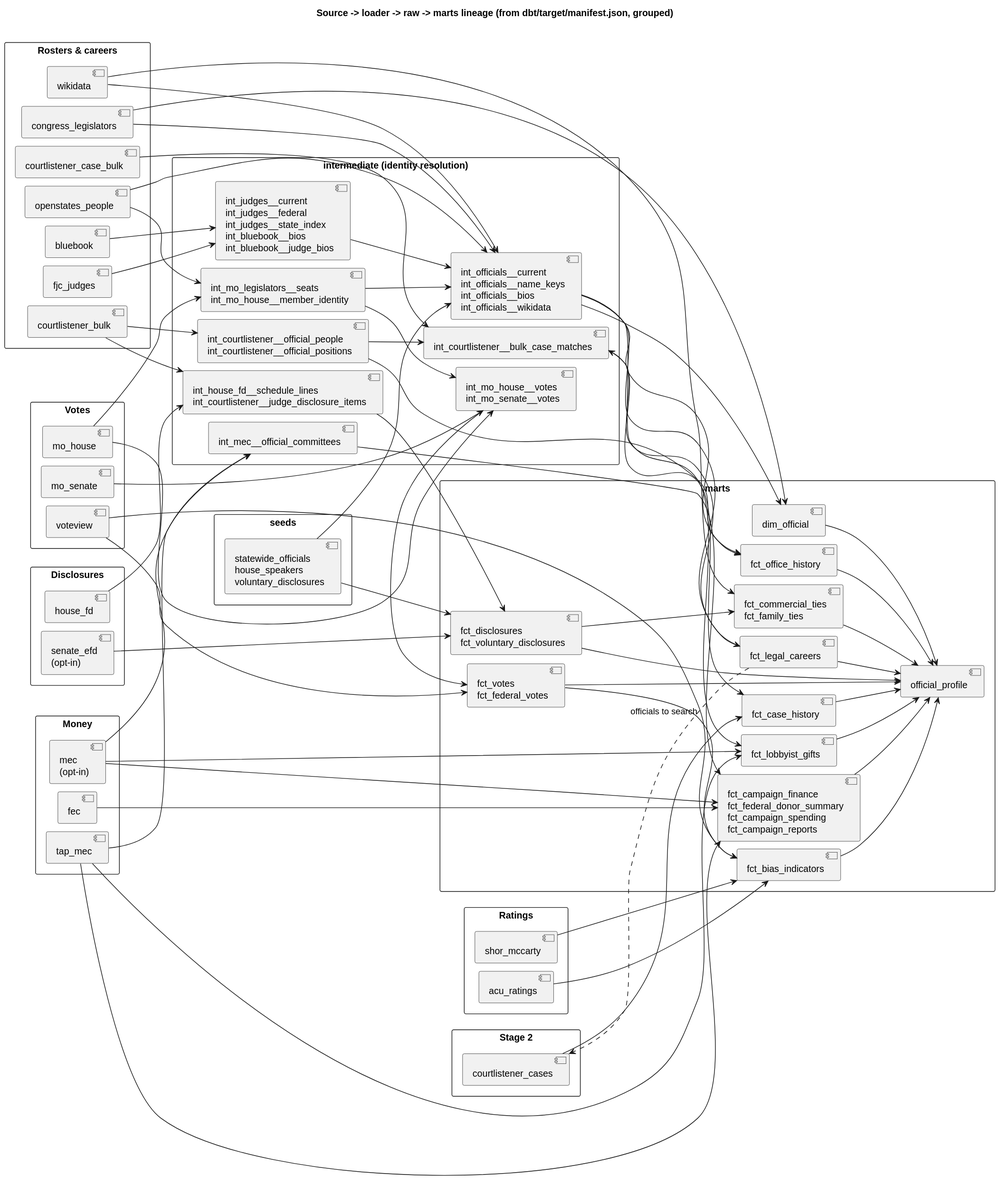
Above: docs/diagrams/lineage.svg in akettmann/missouri_gov_feed (PlantUML), before the change. Its source is kept beside it as docs/diagrams/lineage.puml. Source of this version:
```plantuml
@startuml lineage
title Source -> loader -> raw -> marts lineage (from dbt/target/manifest.json, grouped)
left to right direction
skinparam packageStyle rectangle
skinparam nodesep 12
skinparam ranksep 60

package "Rosters & careers" {
  [openstates_people] as L_os
  [congress_legislators] as L_cl
  [bluebook] as L_bb
  [fjc_judges] as L_fjc
  [courtlistener_bulk] as L_clb
  [courtlistener_case_bulk] as L_ccb
  [wikidata] as L_wd
}
package "Votes" {
  [mo_house] as L_moh
  [mo_senate] as L_mos
  [voteview] as L_vv
}
package "Money" {
  [fec] as L_fec
  [tap_mec] as L_tap
  [mec\n(opt-in)] as L_mec
}
package "Disclosures" {
  [house_fd] as L_hfd
  [senate_efd\n(opt-in)] as L_efd
}
package "Ratings" {
  [acu_ratings] as L_acu
  [shor_mccarty] as L_sm
}
package "Stage 2" {
  [courtlistener_cases] as L_cc
}
package "seeds" {
  [statewide_officials\nhouse_speakers\nvoluntary_disclosures] as SEEDS
}

package "intermediate (identity resolution)" {
  [int_officials__current\nint_officials__name_keys\nint_officials__bios\nint_officials__wikidata] as I_off
  [int_mo_legislators__seats\nint_mo_house__member_identity] as I_seats
  [int_mo_house__votes\nint_mo_senate__votes] as I_votes
  [int_judges__current\nint_judges__federal\nint_judges__state_index\nint_bluebook__bios\nint_bluebook__judge_bios] as I_judges
  [int_mec__official_committees] as I_mec
  [int_house_fd__schedule_lines\nint_courtlistener__judge_disclosure_items] as I_fd
  [int_courtlistener__official_people\nint_courtlistener__official_positions] as I_clpos
  [int_courtlistener__bulk_case_matches] as I_cases
}

package "marts" {
  [dim_official] as dim
  [fct_votes\nfct_federal_votes] as F_votes
  [fct_campaign_finance\nfct_federal_donor_summary\nfct_campaign_spending\nfct_campaign_reports] as F_money
  [fct_lobbyist_gifts] as F_gifts
  [fct_disclosures\nfct_voluntary_disclosures] as F_disc
  [fct_bias_indicators] as F_bias
  [fct_office_history] as F_office
  [fct_commercial_ties\nfct_family_ties] as F_ties
  [fct_legal_careers] as F_legal
  [fct_case_history] as F_cases
  [official_profile] as profile
}

L_os --> I_seats
L_os --> I_off
L_cl --> I_off
L_cl --> dim
L_bb --> I_judges
L_fjc --> I_judges
L_clb --> I_fd
L_clb --> I_clpos
L_wd --> I_off
SEEDS --> I_off
I_judges --> I_off
I_seats --> I_off
I_off --> dim

L_moh --> I_seats
L_moh --> I_votes
L_mos --> I_votes
I_seats --> I_votes
I_votes --> F_votes
L_vv --> F_votes
L_vv --> F_bias

L_fec --> F_money
L_tap --> I_mec
L_tap --> F_money
L_tap --> F_gifts
L_mec --> I_mec
L_mec --> F_money
L_mec --> F_gifts
I_mec --> F_money
I_off --> F_gifts

L_hfd --> I_fd
L_efd --> F_disc
I_fd --> F_disc
SEEDS --> F_disc

L_acu --> F_bias
L_sm --> F_bias
F_votes --> F_bias

I_off --> F_office
I_clpos --> F_office
L_wd --> F_ties
F_disc --> F_ties
I_off --> F_legal

F_legal ..> L_cc : officials to search
F_legal --> I_cases
I_clpos --> I_cases
L_ccb --> I_cases
I_cases --> F_cases
L_cc --> F_cases

dim --> profile
F_votes --> profile
F_money --> profile
F_gifts --> profile
F_disc --> profile
F_bias --> profile
F_office --> profile
F_ties --> profile
F_legal --> profile
F_cases --> profile
@enduml
```
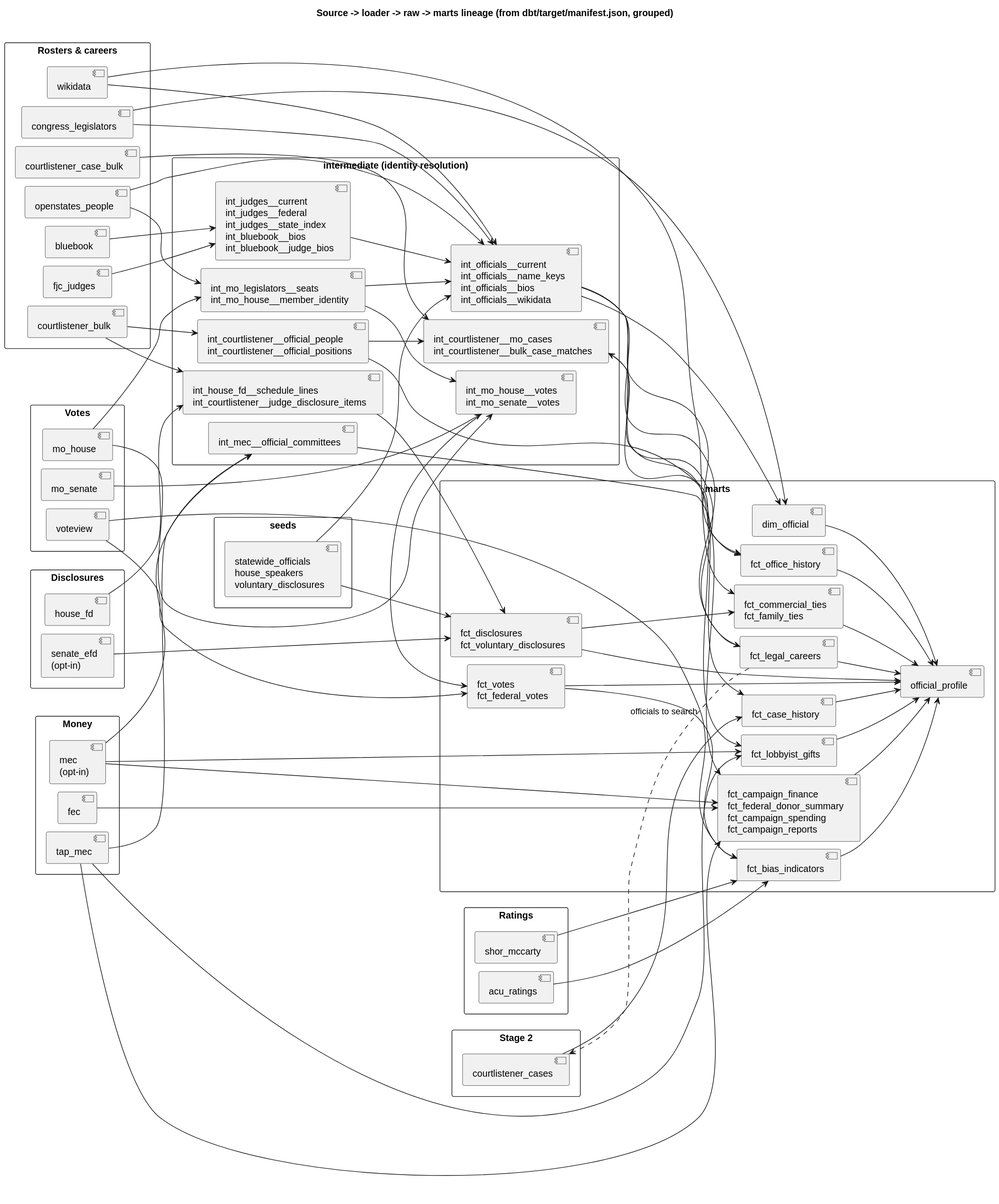
The same diagram one commit later.

Change to the diagram source:
```diff
@@ -47,7 +47,7 @@
   [int_mec__official_committees] as I_mec
   [int_house_fd__schedule_lines\nint_courtlistener__judge_disclosure_items] as I_fd
   [int_courtlistener__official_people\nint_courtlistener__official_positions] as I_clpos
-  [int_courtlistener__bulk_case_matches] as I_cases
+  [int_courtlistener__mo_cases\nint_courtlistener__bulk_case_matches] as I_cases
 }
 
 package "marts" {
```
